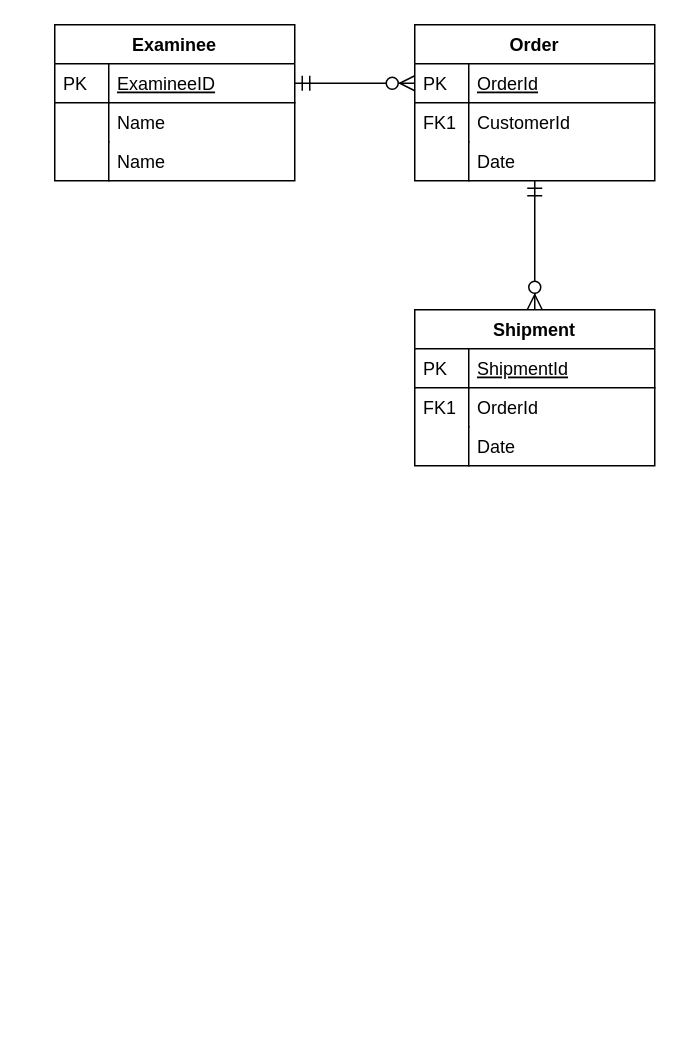
Above: ScoreDB.drawio in lry198010/rbttda (draw.io), before the change. Source tidied: cells renumbered, new cells numbered last; positions are measured from the earlier drawing's top-left corner, leaving out a move shared by most shapes. Both pictures are drawn from the tidied source at 150%, with x=0, y=0 at pixel (54, 24).
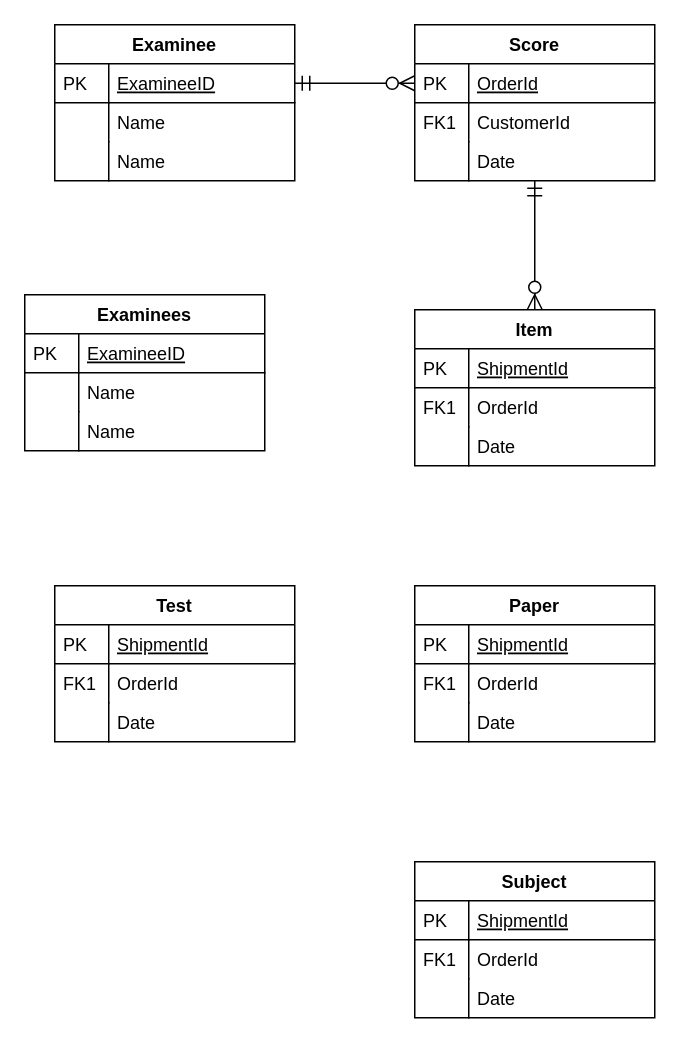
After the change.

Diff of the diagram source:
```diff
@@
-    <mxCell id="9" value="Order" style="swimlane;fontStyle=1;horizontal=1;startSize=26;rounded=0;shadow=0;strokeWidth=1;" parent="1" vertex="1">
+    <mxCell id="9" value="Score" style="swimlane;fontStyle=1;horizontal=1;startSize=26;rounded=0;shadow=0;strokeWidth=1;" parent="1" vertex="1">
       <mxGeometry x="240" width="160" height="104" as="geometry" />
     </mxCell>
@@
-    <mxCell id="17" value="Shipment" style="swimlane;fontStyle=1;horizontal=1;startSize=26;rounded=0;shadow=0;strokeWidth=1;" parent="1" vertex="1">
+    <mxCell id="17" value="Item" style="swimlane;fontStyle=1;horizontal=1;startSize=26;rounded=0;shadow=0;strokeWidth=1;" parent="1" vertex="1">
       <mxGeometry x="240" y="190" width="160" height="104" as="geometry" />
     </mxCell>
@@
+    <mxCell id="25" value="Paper" style="swimlane;fontStyle=1;horizontal=1;startSize=26;rounded=0;shadow=0;strokeWidth=1;" parent="1" vertex="1">
+      <mxGeometry x="240" y="374" width="160" height="104" as="geometry" />
+    </mxCell>
+    <mxCell id="26" value="ShipmentId" style="shape=partialRectangle;top=0;left=0;right=0;bottom=1;align=left;verticalAlign=top;fillColor=none;spacingLeft=40;spacingRight=4;overflow=hidden;rounded=0;shadow=0;strokeWidth=1;fontStyle=4;" parent="25" vertex="1">
+      <mxGeometry y="26" width="160" height="26" as="geometry" />
+    </mxCell>
+    <mxCell id="27" value="PK" style="shape=partialRectangle;top=0;left=0;bottom=0;fillColor=none;align=left;verticalAlign=top;spacingLeft=4;spacingRight=4;overflow=hidden;" parent="26" vertex="1">
+      <mxGeometry width="36" height="26" as="geometry" />
+    </mxCell>
+    <mxCell id="28" value="OrderId" style="shape=partialRectangle;top=0;left=0;right=0;bottom=0;align=left;verticalAlign=top;fillColor=none;spacingLeft=40;spacingRight=4;overflow=hidden;rounded=0;shadow=0;strokeWidth=1;" parent="25" vertex="1">
+      <mxGeometry y="52" width="160" height="26" as="geometry" />
+    </mxCell>
+    <mxCell id="29" value="FK1" style="shape=partialRectangle;top=0;left=0;bottom=0;fillColor=none;align=left;verticalAlign=top;spacingLeft=4;spacingRight=4;overflow=hidden;" parent="28" vertex="1">
+      <mxGeometry width="36" height="26" as="geometry" />
+    </mxCell>
+    <mxCell id="30" value="Date" style="shape=partialRectangle;top=0;left=0;right=0;bottom=0;align=left;verticalAlign=top;fillColor=none;spacingLeft=40;spacingRight=4;overflow=hidden;rounded=0;shadow=0;strokeWidth=1;" parent="25" vertex="1">
+      <mxGeometry y="78" width="160" height="26" as="geometry" />
+    </mxCell>
+    <mxCell id="31" style="shape=partialRectangle;top=0;left=0;bottom=0;fillColor=none;align=left;verticalAlign=top;spacingLeft=4;spacingRight=4;overflow=hidden;" parent="30" vertex="1">
+      <mxGeometry width="36" height="26" as="geometry" />
+    </mxCell>
+    <mxCell id="32" value="Test" style="swimlane;fontStyle=1;horizontal=1;startSize=26;rounded=0;shadow=0;strokeWidth=1;" parent="1" vertex="1">
+      <mxGeometry y="374" width="160" height="104" as="geometry" />
+    </mxCell>
+    <mxCell id="33" value="ShipmentId" style="shape=partialRectangle;top=0;left=0;right=0;bottom=1;align=left;verticalAlign=top;fillColor=none;spacingLeft=40;spacingRight=4;overflow=hidden;rounded=0;shadow=0;strokeWidth=1;fontStyle=4;" parent="32" vertex="1">
+      <mxGeometry y="26" width="160" height="26" as="geometry" />
+    </mxCell>
+    <mxCell id="34" value="PK" style="shape=partialRectangle;top=0;left=0;bottom=0;fillColor=none;align=left;verticalAlign=top;spacingLeft=4;spacingRight=4;overflow=hidden;" parent="33" vertex="1">
+      <mxGeometry width="36" height="26" as="geometry" />
+    </mxCell>
+    <mxCell id="35" value="OrderId" style="shape=partialRectangle;top=0;left=0;right=0;bottom=0;align=left;verticalAlign=top;fillColor=none;spacingLeft=40;spacingRight=4;overflow=hidden;rounded=0;shadow=0;strokeWidth=1;" parent="32" vertex="1">
+      <mxGeometry y="52" width="160" height="26" as="geometry" />
+    </mxCell>
+    <mxCell id="36" value="FK1" style="shape=partialRectangle;top=0;left=0;bottom=0;fillColor=none;align=left;verticalAlign=top;spacingLeft=4;spacingRight=4;overflow=hidden;" parent="35" vertex="1">
+      <mxGeometry width="36" height="26" as="geometry" />
+    </mxCell>
+    <mxCell id="37" value="Date" style="shape=partialRectangle;top=0;left=0;right=0;bottom=0;align=left;verticalAlign=top;fillColor=none;spacingLeft=40;spacingRight=4;overflow=hidden;rounded=0;shadow=0;strokeWidth=1;" parent="32" vertex="1">
+      <mxGeometry y="78" width="160" height="26" as="geometry" />
+    </mxCell>
+    <mxCell id="38" style="shape=partialRectangle;top=0;left=0;bottom=0;fillColor=none;align=left;verticalAlign=top;spacingLeft=4;spacingRight=4;overflow=hidden;" parent="37" vertex="1">
+      <mxGeometry width="36" height="26" as="geometry" />
+    </mxCell>
+    <mxCell id="39" value="Subject" style="swimlane;fontStyle=1;horizontal=1;startSize=26;rounded=0;shadow=0;strokeWidth=1;" parent="1" vertex="1">
+      <mxGeometry x="240" y="558" width="160" height="104" as="geometry" />
+    </mxCell>
+    <mxCell id="40" value="ShipmentId" style="shape=partialRectangle;top=0;left=0;right=0;bottom=1;align=left;verticalAlign=top;fillColor=none;spacingLeft=40;spacingRight=4;overflow=hidden;rounded=0;shadow=0;strokeWidth=1;fontStyle=4;" parent="39" vertex="1">
+      <mxGeometry y="26" width="160" height="26" as="geometry" />
+    </mxCell>
+    <mxCell id="41" value="PK" style="shape=partialRectangle;top=0;left=0;bottom=0;fillColor=none;align=left;verticalAlign=top;spacingLeft=4;spacingRight=4;overflow=hidden;" parent="40" vertex="1">
+      <mxGeometry width="36" height="26" as="geometry" />
+    </mxCell>
+    <mxCell id="42" value="OrderId" style="shape=partialRectangle;top=0;left=0;right=0;bottom=0;align=left;verticalAlign=top;fillColor=none;spacingLeft=40;spacingRight=4;overflow=hidden;rounded=0;shadow=0;strokeWidth=1;" parent="39" vertex="1">
+      <mxGeometry y="52" width="160" height="26" as="geometry" />
+    </mxCell>
+    <mxCell id="43" value="FK1" style="shape=partialRectangle;top=0;left=0;bottom=0;fillColor=none;align=left;verticalAlign=top;spacingLeft=4;spacingRight=4;overflow=hidden;" parent="42" vertex="1">
+      <mxGeometry width="36" height="26" as="geometry" />
+    </mxCell>
+    <mxCell id="44" value="Date" style="shape=partialRectangle;top=0;left=0;right=0;bottom=0;align=left;verticalAlign=top;fillColor=none;spacingLeft=40;spacingRight=4;overflow=hidden;rounded=0;shadow=0;strokeWidth=1;" parent="39" vertex="1">
+      <mxGeometry y="78" width="160" height="26" as="geometry" />
+    </mxCell>
+    <mxCell id="45" style="shape=partialRectangle;top=0;left=0;bottom=0;fillColor=none;align=left;verticalAlign=top;spacingLeft=4;spacingRight=4;overflow=hidden;" parent="44" vertex="1">
+      <mxGeometry width="36" height="26" as="geometry" />
+    </mxCell>
@@
+    <mxCell id="46" value="Examinees" style="swimlane;fontStyle=1;horizontal=1;startSize=26;rounded=0;shadow=0;strokeWidth=1;" parent="1" vertex="1">
+      <mxGeometry x="-20" y="180" width="160" height="104" as="geometry" />
+    </mxCell>
+    <mxCell id="47" value="ExamineeID" style="shape=partialRectangle;top=0;left=0;right=0;bottom=1;align=left;verticalAlign=top;fillColor=none;spacingLeft=40;spacingRight=4;overflow=hidden;rounded=0;shadow=0;strokeWidth=1;fontStyle=4;" parent="46" vertex="1">
+      <mxGeometry y="26" width="160" height="26" as="geometry" />
+    </mxCell>
+    <mxCell id="48" value="PK" style="shape=partialRectangle;top=0;left=0;bottom=0;fillColor=none;align=left;verticalAlign=top;spacingLeft=4;spacingRight=4;overflow=hidden;" parent="47" vertex="1">
+      <mxGeometry width="36" height="26" as="geometry" />
+    </mxCell>
+    <mxCell id="49" value="Name" style="shape=partialRectangle;top=0;left=0;right=0;bottom=0;align=left;verticalAlign=top;fillColor=none;spacingLeft=40;spacingRight=4;overflow=hidden;rounded=0;shadow=0;strokeWidth=1;" parent="46" vertex="1">
+      <mxGeometry y="52" width="160" height="26" as="geometry" />
+    </mxCell>
+    <mxCell id="50" style="shape=partialRectangle;top=0;left=0;bottom=0;fillColor=none;align=left;verticalAlign=top;spacingLeft=4;spacingRight=4;overflow=hidden;" parent="49" vertex="1">
+      <mxGeometry width="36" height="26" as="geometry" />
+    </mxCell>
+    <mxCell id="51" value="Name" style="shape=partialRectangle;top=0;left=0;right=0;bottom=0;align=left;verticalAlign=top;fillColor=none;spacingLeft=40;spacingRight=4;overflow=hidden;rounded=0;shadow=0;strokeWidth=1;" parent="46" vertex="1">
+      <mxGeometry y="78" width="160" height="26" as="geometry" />
+    </mxCell>
+    <mxCell id="52" style="shape=partialRectangle;top=0;left=0;bottom=0;fillColor=none;align=left;verticalAlign=top;spacingLeft=4;spacingRight=4;overflow=hidden;" parent="51" vertex="1">
+      <mxGeometry width="36" height="26" as="geometry" />
+    </mxCell>
```
